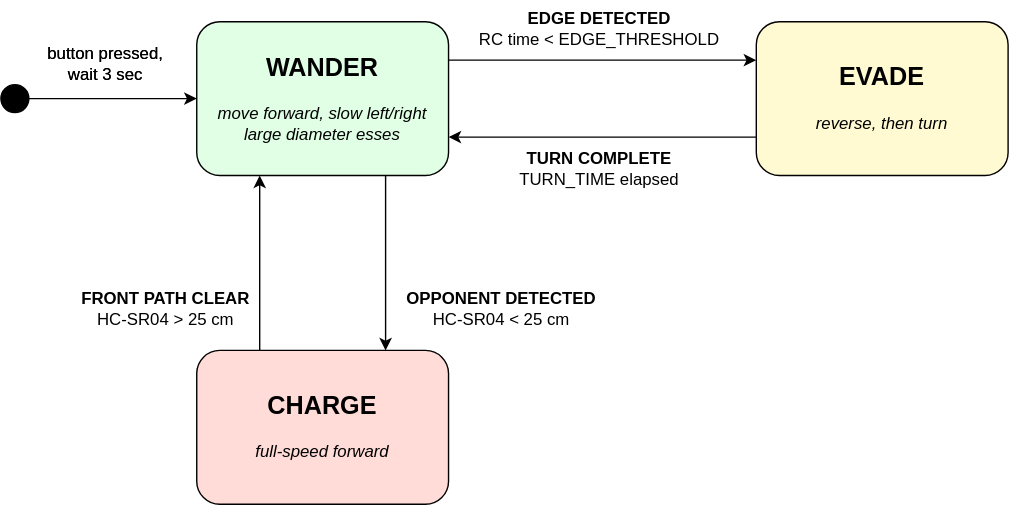
This is TEJ4M/unit-4-rpi/images/example-state-machine.svg from davecheng-tech/Class-Notes-and-Addenda, a draw.io export, as it was before one commit. Source tidied: cells renumbered, new cells last; positions are measured from the earlier drawing's top-left corner, leaving out a move shared by most shapes. Source of this version:
```xml
<mxGraphModel>
  <root>
    <mxCell id="0" />
    <mxCell id="1" parent="0" />
    <mxCell id="2" style="edgeStyle=orthogonalEdgeStyle;rounded=0;jettySize=auto;html=1;exitX=1;exitY=0.25;exitDx=0;exitDy=0;entryX=0;entryY=0.25;entryDx=0;entryDy=0;" parent="1" edge="1" source="4" target="6">
      <mxGeometry relative="1" as="geometry" />
    </mxCell>
    <mxCell id="3" style="edgeStyle=orthogonalEdgeStyle;rounded=0;jettySize=auto;html=1;exitX=0.75;exitY=1;exitDx=0;exitDy=0;entryX=0.75;entryY=0;entryDx=0;entryDy=0;" parent="1" edge="1" source="4" target="8">
      <mxGeometry relative="1" as="geometry" />
    </mxCell>
    <mxCell id="4" value="&lt;font style=&quot;font-size: 18px;&quot;&gt;&lt;b style=&quot;&quot;&gt;WANDER&lt;/b&gt;&lt;/font&gt;&lt;div&gt;&lt;br&gt;&lt;/div&gt;&lt;div&gt;&lt;i&gt;move forward, slow left/right large diameter esses&lt;/i&gt;&lt;/div&gt;" style="rounded=1;whiteSpace=wrap;html=1;fillColor=#E0FFE5;" parent="1" vertex="1">
      <mxGeometry x="140" y="15" width="180" height="110" as="geometry" />
    </mxCell>
    <mxCell id="5" style="edgeStyle=orthogonalEdgeStyle;rounded=0;jettySize=auto;html=1;exitX=0;exitY=0.75;exitDx=0;exitDy=0;entryX=1;entryY=0.75;entryDx=0;entryDy=0;" parent="1" edge="1" source="6" target="4">
      <mxGeometry relative="1" as="geometry" />
    </mxCell>
    <mxCell id="6" value="&lt;font style=&quot;font-size: 18px;&quot;&gt;&lt;b style=&quot;&quot;&gt;EVADE&lt;/b&gt;&lt;/font&gt;&lt;div&gt;&lt;br&gt;&lt;/div&gt;&lt;div&gt;&lt;i&gt;reverse, then turn&lt;/i&gt;&lt;/div&gt;" style="rounded=1;whiteSpace=wrap;html=1;fillColor=#FFFAD1;" parent="1" vertex="1">
      <mxGeometry x="540" y="15" width="180" height="110" as="geometry" />
    </mxCell>
    <mxCell id="7" style="edgeStyle=orthogonalEdgeStyle;rounded=0;jettySize=auto;html=1;exitX=0.25;exitY=0;exitDx=0;exitDy=0;entryX=0.25;entryY=1;entryDx=0;entryDy=0;" parent="1" edge="1" source="8" target="4">
      <mxGeometry relative="1" as="geometry" />
    </mxCell>
    <mxCell id="8" value="&lt;font style=&quot;font-size: 18px;&quot;&gt;&lt;b style=&quot;&quot;&gt;CHARGE&lt;/b&gt;&lt;/font&gt;&lt;div&gt;&lt;br&gt;&lt;/div&gt;&lt;div&gt;&lt;i&gt;full-speed forward&lt;/i&gt;&lt;/div&gt;" style="rounded=1;whiteSpace=wrap;html=1;fillColor=#FFDCD8;" parent="1" vertex="1">
      <mxGeometry x="140" y="250" width="180" height="110" as="geometry" />
    </mxCell>
    <mxCell id="9" style="edgeStyle=orthogonalEdgeStyle;rounded=0;jettySize=auto;html=1;exitX=1;exitY=0.5;exitDx=0;exitDy=0;entryX=0;entryY=0.5;entryDx=0;entryDy=0;" parent="1" edge="1" source="10" target="4">
      <mxGeometry relative="1" as="geometry" />
    </mxCell>
    <mxCell id="10" style="ellipse;whiteSpace=wrap;html=1;gradientColor=none;fillStyle=solid;fillColor=#000000;" parent="1" vertex="1">
      <mxGeometry y="60" width="20" height="20" as="geometry" />
    </mxCell>
    <mxCell id="11" value="button pressed, wait 3 sec" style="text;html=1;whiteSpace=wrap;strokeColor=none;fillColor=none;align=center;verticalAlign=middle;rounded=0;" parent="1" vertex="1">
      <mxGeometry x="30" y="30" width="90" height="30" as="geometry" />
    </mxCell>
    <mxCell id="12" value="button pressed, wait 3 sec" style="text;html=1;whiteSpace=wrap;strokeColor=none;fillColor=none;align=center;verticalAlign=middle;rounded=0;" parent="1" vertex="1">
      <mxGeometry x="30" y="30" width="90" height="30" as="geometry" />
    </mxCell>
    <mxCell id="13" value="&lt;b&gt;EDGE DETECTED&lt;/b&gt;&lt;div&gt;RC time &amp;lt; EDGE_THRESHOLD&lt;/div&gt;" style="text;html=1;whiteSpace=wrap;strokeColor=none;fillColor=none;align=center;verticalAlign=middle;rounded=0;" parent="1" vertex="1">
      <mxGeometry x="320" width="216" height="40" as="geometry" />
    </mxCell>
    <mxCell id="14" value="&lt;b&gt;TURN COMPLETE&lt;/b&gt;&lt;div&gt;TURN_TIME elapsed&lt;/div&gt;" style="text;html=1;whiteSpace=wrap;strokeColor=none;fillColor=none;align=center;verticalAlign=middle;rounded=0;" parent="1" vertex="1">
      <mxGeometry x="320" y="100" width="216" height="40" as="geometry" />
    </mxCell>
    <mxCell id="15" value="&lt;div&gt;&lt;b&gt;FRONT PATH CLEAR&lt;/b&gt;&lt;/div&gt;&lt;div&gt;HC-SR04 &amp;gt; 25 cm&lt;/div&gt;" style="text;html=1;whiteSpace=wrap;strokeColor=none;fillColor=none;align=center;verticalAlign=middle;rounded=0;" parent="1" vertex="1">
      <mxGeometry x="10" y="200" width="216" height="40" as="geometry" />
    </mxCell>
    <mxCell id="16" value="&lt;div&gt;&lt;b&gt;OPPONENT DETECTED&lt;/b&gt;&lt;/div&gt;&lt;div&gt;HC-SR04 &amp;lt; 25 cm&lt;/div&gt;" style="text;html=1;whiteSpace=wrap;strokeColor=none;fillColor=none;align=center;verticalAlign=middle;rounded=0;" parent="1" vertex="1">
      <mxGeometry x="250" y="200" width="216" height="40" as="geometry" />
    </mxCell>
  </root>
</mxGraphModel>
```
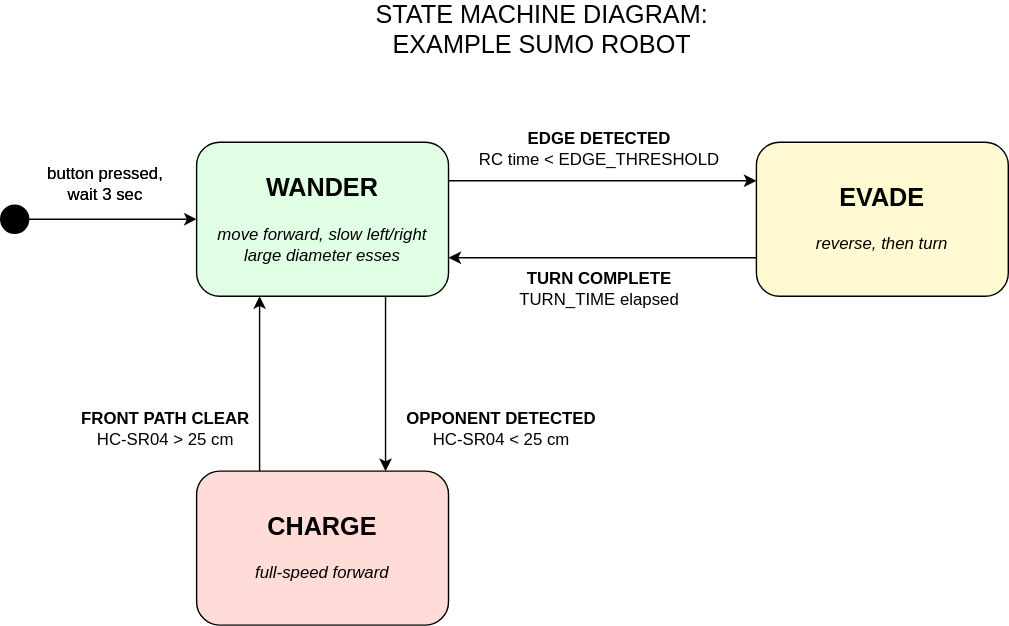
The same file after the commit.

Commit message:
Replace state machine diagram

Diff of the diagram source:
```diff
@@ -47,5 +47,8 @@
     <mxCell id="16" value="&lt;div&gt;&lt;b&gt;OPPONENT DETECTED&lt;/b&gt;&lt;/div&gt;&lt;div&gt;HC-SR04 &amp;lt; 25 cm&lt;/div&gt;" style="text;html=1;whiteSpace=wrap;strokeColor=none;fillColor=none;align=center;verticalAlign=middle;rounded=0;" parent="1" vertex="1">
       <mxGeometry x="250" y="200" width="216" height="40" as="geometry" />
     </mxCell>
+    <mxCell id="17" value="&lt;font style=&quot;font-size: 18px;&quot;&gt;STATE MACHINE DIAGRAM: EXAMPLE SUMO ROBOT&lt;/font&gt;" style="text;html=1;whiteSpace=wrap;strokeColor=none;fillColor=none;align=center;verticalAlign=middle;rounded=0;" parent="1" vertex="1">
+      <mxGeometry x="240" y="-80" width="294" height="30" as="geometry" />
+    </mxCell>
   </root>
 </mxGraphModel>
```
